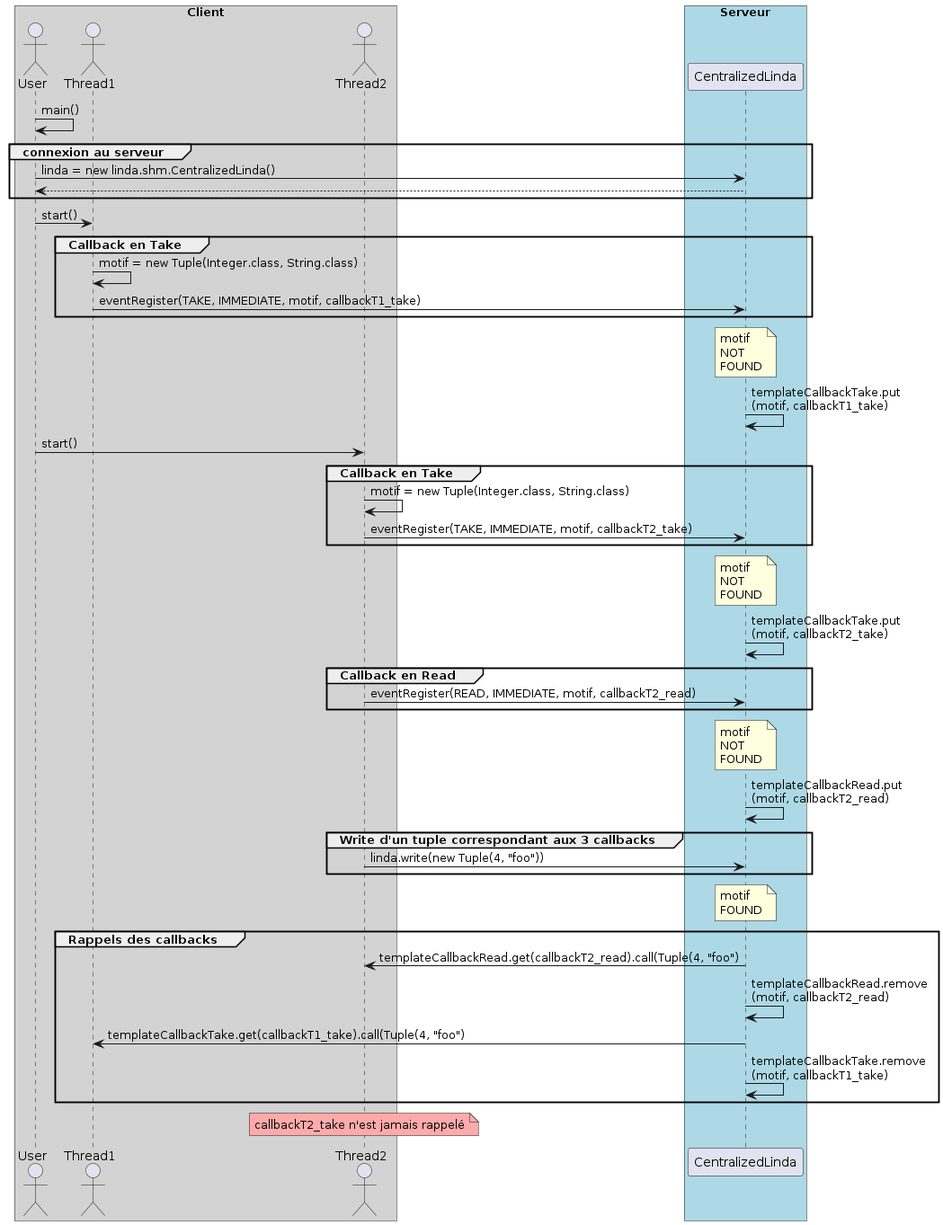
Earlier version of the PlantUML export out/linda/shm/Diagram/Sequences/Sequence_callbacks/Sequence_callbacks.png (HayZun/Intergiciel).
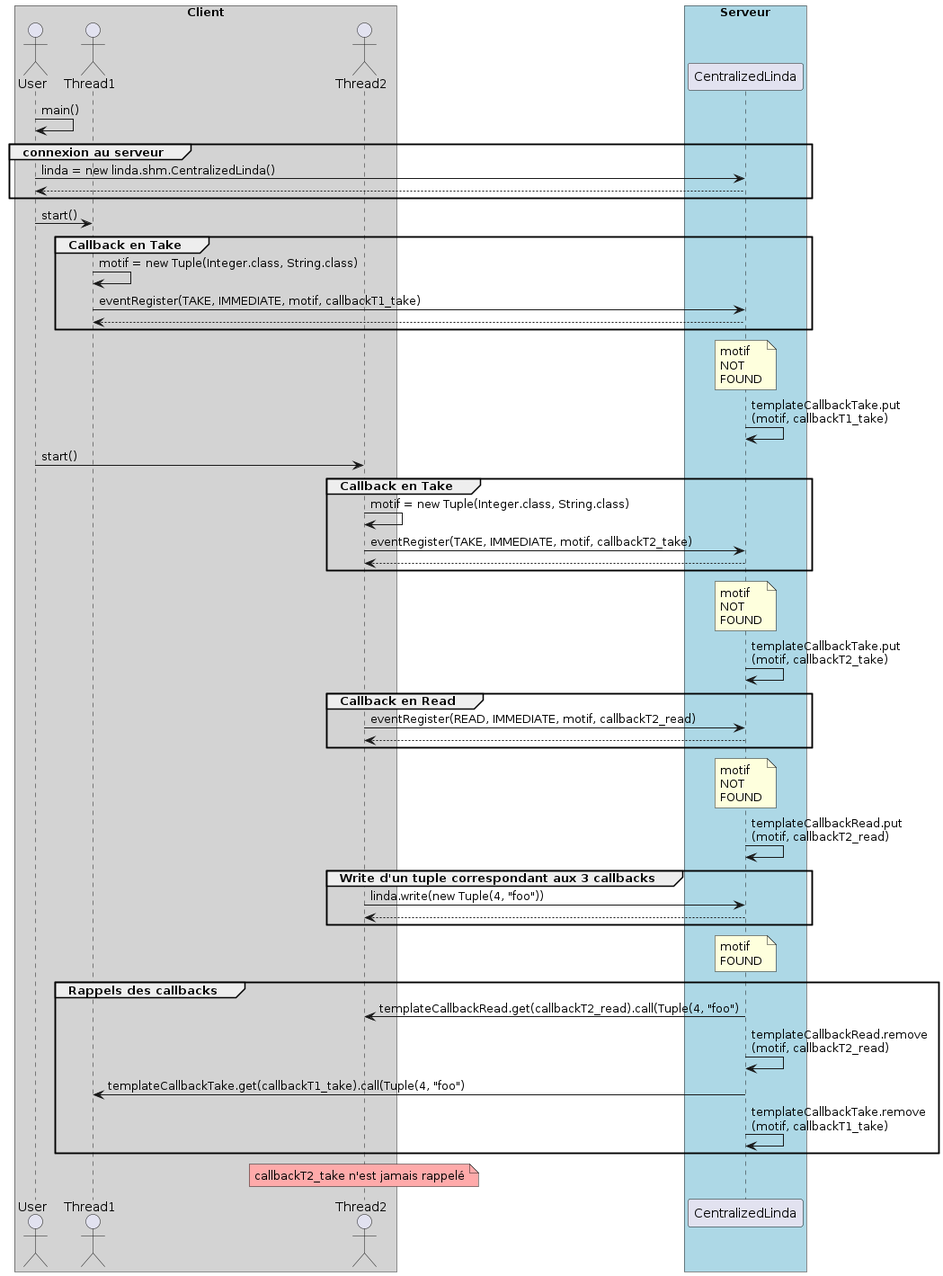
The same diagram one commit later.

Diff of the diagram source:
```diff
@@ -27,6 +27,8 @@
 
 Thread1 -> Linda: eventRegister(TAKE, IMMEDIATE, motif, callbackT1_take)
 
+Linda --> Thread1
+
 end
 
 note over Linda : motif \nNOT \nFOUND
@@ -41,6 +43,8 @@
 
 Thread2 -> Linda: eventRegister(TAKE, IMMEDIATE, motif, callbackT2_take)
 
+Linda --> Thread2
+
 end
 
 note over Linda : motif \nNOT \nFOUND
@@ -51,6 +55,8 @@
 
 Thread2 -> Linda: eventRegister(READ, IMMEDIATE, motif, callbackT2_read)
 
+Linda --> Thread2
+
 end
 
 note over Linda : motif \nNOT \nFOUND
@@ -60,6 +66,8 @@
 group Write d'un tuple correspondant aux 3 callbacks
 
 Thread2 -> Linda: linda.write(new Tuple(4, "foo"))
+
+Linda --> Thread2
 
 end
 
```
